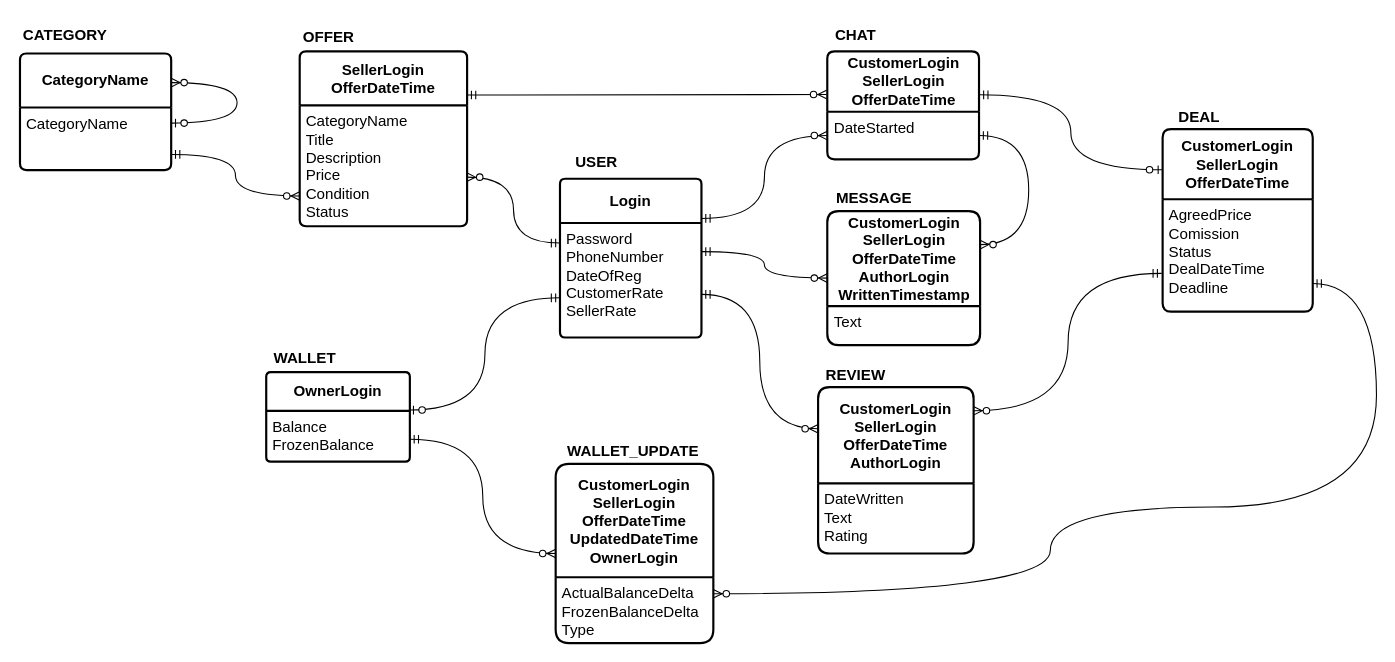
Before: drawio_models/ER_diagram.drawio in ilmirbl4/Online_sales_service_db, a draw.io diagram. Source tidied: cells renumbered, new cells numbered last; positions are measured from the earlier drawing's top-left corner, leaving out a move shared by most shapes. Both pictures are drawn from the tidied source at 108%, with x=0, y=0 at pixel (19, 18).
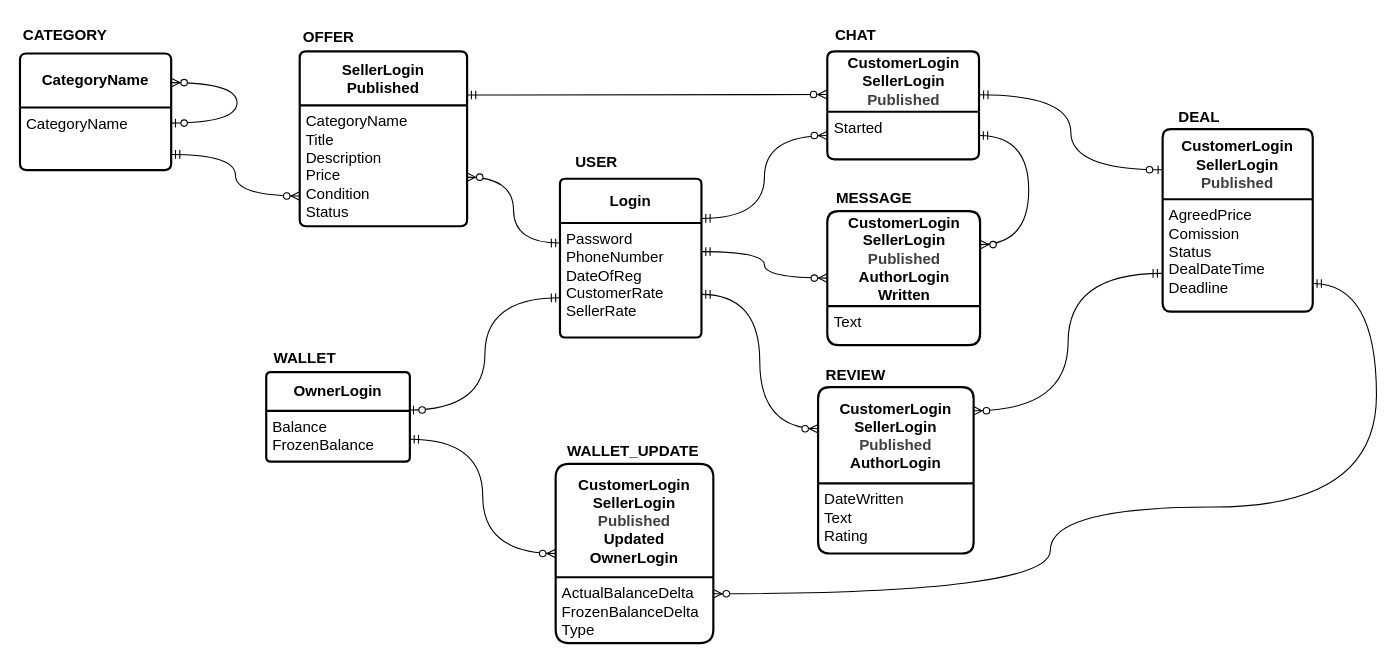
The same page after the edit.

Diff of the diagram source:
```diff
@@
-    <mxCell id="5" value="&lt;div&gt;&lt;b&gt;SellerLogin&lt;/b&gt;&lt;/div&gt;&lt;div&gt;&lt;b&gt;OfferDateTime&lt;/b&gt;&lt;/div&gt;" style="swimlane;horizontal=1;startSize=50;rounded=1;fontSize=14;fontStyle=0;strokeWidth=2;shadow=0;dashed=0;align=center;arcSize=4;whiteSpace=wrap;html=1;" parent="1" vertex="1">
+    <mxCell id="5" value="&lt;div&gt;&lt;b&gt;SellerLogin&lt;/b&gt;&lt;/div&gt;&lt;div&gt;&lt;b&gt;Published&lt;/b&gt;&lt;/div&gt;" style="swimlane;horizontal=1;startSize=50;rounded=1;fontSize=14;fontStyle=0;strokeWidth=2;shadow=0;dashed=0;align=center;arcSize=4;whiteSpace=wrap;html=1;" parent="1" vertex="1">
       <mxGeometry x="259" y="30" width="155" height="162" as="geometry" />
     </mxCell>
@@
-    <mxCell id="12" value="&lt;b&gt;CustomerLogin&lt;/b&gt;&lt;div&gt;&lt;b&gt;SellerLogin&lt;/b&gt;&lt;/div&gt;&lt;div&gt;&lt;b&gt;OfferDateTime&lt;/b&gt;&lt;/div&gt;" style="swimlane;horizontal=1;startSize=56;rounded=1;fontSize=14;fontStyle=0;strokeWidth=2;shadow=0;dashed=0;align=center;arcSize=4;whiteSpace=wrap;html=1;" parent="1" vertex="1">
+    <mxCell id="12" value="&lt;b&gt;CustomerLogin&lt;/b&gt;&lt;div&gt;&lt;b&gt;SellerLogin&lt;/b&gt;&lt;/div&gt;&lt;div&gt;&lt;b style=&quot;color: rgb(63, 63, 63); scrollbar-color: rgb(226, 226, 226) rgb(251, 251, 251);&quot;&gt;Published&lt;/b&gt;&lt;/div&gt;" style="swimlane;horizontal=1;startSize=56;rounded=1;fontSize=14;fontStyle=0;strokeWidth=2;shadow=0;dashed=0;align=center;arcSize=4;whiteSpace=wrap;html=1;" parent="1" vertex="1">
       <mxGeometry x="747.5" y="30" width="140.5" height="100" as="geometry" />
     </mxCell>
-    <mxCell id="13" value="&lt;span style=&quot;font-size: 14px;&quot;&gt;DateStarted&lt;/span&gt;&lt;div&gt;&lt;div&gt;&lt;br&gt;&lt;/div&gt;&lt;div&gt;&lt;br&gt;&lt;/div&gt;&lt;/div&gt;" style="align=left;strokeColor=none;fillColor=none;spacingLeft=4;spacingRight=4;fontSize=12;verticalAlign=top;html=1;whiteSpace=wrap;" parent="12" vertex="1">
+    <mxCell id="13" value="&lt;span style=&quot;font-size: 14px;&quot;&gt;Started&lt;/span&gt;&lt;div&gt;&lt;div&gt;&lt;br&gt;&lt;/div&gt;&lt;div&gt;&lt;br&gt;&lt;/div&gt;&lt;/div&gt;" style="align=left;strokeColor=none;fillColor=none;spacingLeft=4;spacingRight=4;fontSize=12;verticalAlign=top;html=1;whiteSpace=wrap;" parent="12" vertex="1">
       <mxGeometry y="56" width="140.5" height="44" as="geometry" />
     </mxCell>
@@
-    <mxCell id="15" value="&lt;b&gt;CustomerLogin&lt;/b&gt;&lt;div&gt;&lt;b&gt;SellerLogin&lt;/b&gt;&lt;/div&gt;&lt;div&gt;&lt;b&gt;OfferDateTime&lt;/b&gt;&lt;/div&gt;&lt;div&gt;&lt;b&gt;AuthorLogin&lt;/b&gt;&lt;/div&gt;&lt;div&gt;&lt;b&gt;WrittenTimestamp&lt;/b&gt;&lt;/div&gt;" style="swimlane;horizontal=1;startSize=88;rounded=1;fontSize=14;fontStyle=0;strokeWidth=2;shadow=0;dashed=0;align=center;arcSize=4;whiteSpace=wrap;html=1;" parent="1" vertex="1">
+    <mxCell id="15" value="&lt;b&gt;CustomerLogin&lt;/b&gt;&lt;div&gt;&lt;b&gt;SellerLogin&lt;/b&gt;&lt;/div&gt;&lt;div&gt;&lt;b style=&quot;color: rgb(63, 63, 63); scrollbar-color: rgb(226, 226, 226) rgb(251, 251, 251);&quot;&gt;Published&lt;/b&gt;&lt;/div&gt;&lt;div&gt;&lt;b&gt;AuthorLogin&lt;/b&gt;&lt;/div&gt;&lt;div&gt;&lt;b&gt;Written&lt;/b&gt;&lt;/div&gt;" style="swimlane;horizontal=1;startSize=88;rounded=1;fontSize=14;fontStyle=0;strokeWidth=2;shadow=0;dashed=0;align=center;arcSize=4;whiteSpace=wrap;html=1;" parent="1" vertex="1">
       <mxGeometry x="747.5" y="178" width="141.5" height="124" as="geometry" />
     </mxCell>
@@
-    <mxCell id="17" value="&lt;b&gt;CustomerLogin&lt;/b&gt;&lt;div&gt;&lt;b&gt;SellerLogin&lt;/b&gt;&lt;/div&gt;&lt;div&gt;&lt;b&gt;OfferDateTime&lt;/b&gt;&lt;b&gt;&lt;/b&gt;&lt;/div&gt;" style="swimlane;horizontal=1;startSize=65;rounded=1;fontSize=14;fontStyle=0;strokeWidth=2;shadow=0;dashed=0;align=center;arcSize=4;whiteSpace=wrap;html=1;" parent="1" vertex="1">
+    <mxCell id="17" value="&lt;b&gt;CustomerLogin&lt;/b&gt;&lt;div&gt;&lt;b&gt;SellerLogin&lt;/b&gt;&lt;/div&gt;&lt;div&gt;&lt;b style=&quot;color: rgb(63, 63, 63); scrollbar-color: rgb(226, 226, 226) rgb(251, 251, 251);&quot;&gt;Published&lt;/b&gt;&lt;/div&gt;" style="swimlane;horizontal=1;startSize=65;rounded=1;fontSize=14;fontStyle=0;strokeWidth=2;shadow=0;dashed=0;align=center;arcSize=4;whiteSpace=wrap;html=1;" parent="1" vertex="1">
       <mxGeometry x="1058" y="102" width="139" height="169" as="geometry" />
     </mxCell>
@@
-    <mxCell id="20" value="&lt;b&gt;CustomerLogin&lt;/b&gt;&lt;div&gt;&lt;b&gt;SellerLogin&lt;/b&gt;&lt;/div&gt;&lt;div&gt;&lt;b&gt;OfferDateTime&lt;/b&gt;&lt;/div&gt;&lt;div&gt;&lt;b&gt;AuthorLogin&lt;/b&gt;&lt;/div&gt;" style="swimlane;horizontal=1;startSize=89;rounded=1;fontSize=14;fontStyle=0;strokeWidth=2;shadow=0;dashed=0;align=center;arcSize=4;whiteSpace=wrap;html=1;" parent="1" vertex="1">
+    <mxCell id="20" value="&lt;b&gt;CustomerLogin&lt;/b&gt;&lt;div&gt;&lt;b&gt;SellerLogin&lt;/b&gt;&lt;/div&gt;&lt;div&gt;&lt;b style=&quot;color: rgb(63, 63, 63); scrollbar-color: rgb(226, 226, 226) rgb(251, 251, 251);&quot;&gt;Published&lt;/b&gt;&lt;/div&gt;&lt;div&gt;&lt;b&gt;AuthorLogin&lt;/b&gt;&lt;/div&gt;" style="swimlane;horizontal=1;startSize=89;rounded=1;fontSize=14;fontStyle=0;strokeWidth=2;shadow=0;dashed=0;align=center;arcSize=4;whiteSpace=wrap;html=1;" parent="1" vertex="1">
       <mxGeometry x="739" y="341" width="144" height="154" as="geometry" />
     </mxCell>
@@
-    <mxCell id="37" value="&lt;b&gt;CustomerLogin&lt;/b&gt;&lt;div&gt;&lt;div&gt;&lt;b&gt;SellerLogin&lt;/b&gt;&lt;/div&gt;&lt;div&gt;&lt;b&gt;OfferDateTime&lt;/b&gt;&lt;/div&gt;&lt;/div&gt;&lt;div&gt;&lt;span style=&quot;text-align: left;&quot;&gt;&lt;b&gt;UpdatedDateTime&lt;/b&gt;&lt;/span&gt;&lt;/div&gt;&lt;div&gt;&lt;b&gt;OwnerLogin&lt;/b&gt;&lt;/div&gt;" style="swimlane;horizontal=1;startSize=105;rounded=1;fontSize=14;fontStyle=0;strokeWidth=2;shadow=0;dashed=0;align=center;arcSize=4;whiteSpace=wrap;html=1;" parent="1" vertex="1">
+    <mxCell id="37" value="&lt;b&gt;CustomerLogin&lt;/b&gt;&lt;div&gt;&lt;div&gt;&lt;b&gt;SellerLogin&lt;/b&gt;&lt;/div&gt;&lt;div&gt;&lt;b style=&quot;color: rgb(63, 63, 63); scrollbar-color: rgb(226, 226, 226) rgb(251, 251, 251);&quot;&gt;Published&lt;/b&gt;&lt;/div&gt;&lt;/div&gt;&lt;div&gt;&lt;span style=&quot;text-align: left;&quot;&gt;&lt;b&gt;Updated&lt;/b&gt;&lt;/span&gt;&lt;/div&gt;&lt;div&gt;&lt;b&gt;OwnerLogin&lt;/b&gt;&lt;/div&gt;" style="swimlane;horizontal=1;startSize=105;rounded=1;fontSize=14;fontStyle=0;strokeWidth=2;shadow=0;dashed=0;align=center;arcSize=4;whiteSpace=wrap;html=1;" parent="1" vertex="1">
       <mxGeometry x="496" y="412" width="146" height="166" as="geometry" />
     </mxCell>
```
